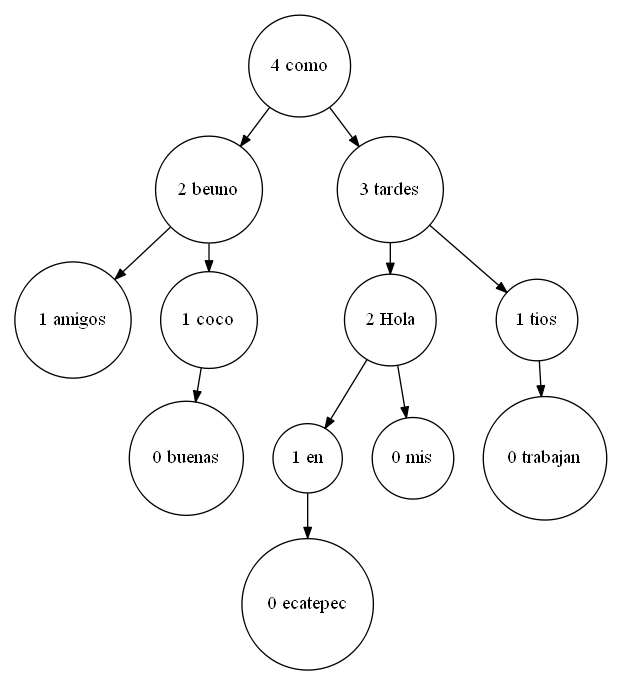
Earlier version of the Graphviz export Graphics/AVL.png (Guillermo-O-C/EDD_1S20200_PY2_201801366). Its source is kept beside it as TextFiles/AVL.dot. Source of this version:
```dot
digraph G {
 nodesep=0.3;
 ranksep=0.2;
    margin=0.1;
   node [shape=circle];
  edge [arrowsize=0.8];"como"[label="4 como"]"como" -> "beuno";
"beuno"[label="2 beuno"]"beuno" -> "amigos";
"amigos"[label="1 amigos"]"beuno" -> "coco";
"coco"[label="1 coco"]"coco" -> "buenas";
"buenas"[label="0 buenas"]"como" -> "tardes";
"tardes"[label="3 tardes"]"tardes" -> "Hola";
"Hola"[label="2 Hola"]"Hola" -> "en";
"en"[label="1 en"]"en" -> "ecatepec";
"ecatepec"[label="0 ecatepec"]"Hola" -> "mis";
"mis"[label="0 mis"]"tardes" -> "tios";
"tios"[label="1 tios"]"tios" -> "trabajan";
"trabajan"[label="0 trabajan"]}
```
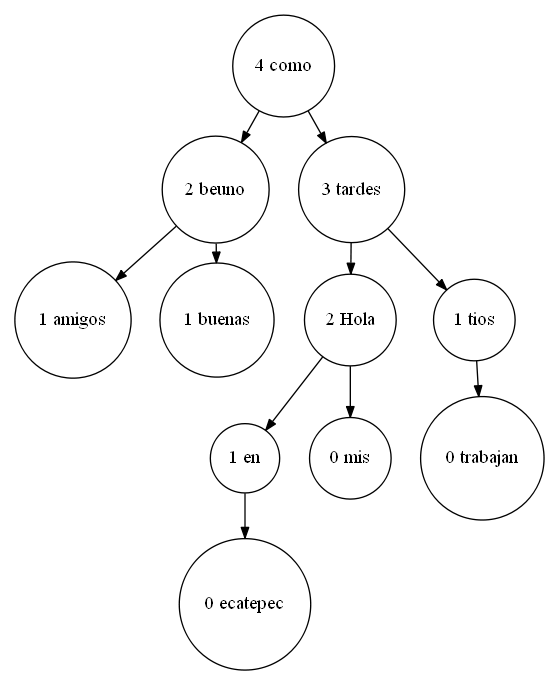
The same file after the commit.

Diff of the diagram source:
```diff
@@ -5,9 +5,8 @@
    node [shape=circle];
   edge [arrowsize=0.8];"como"[label="4 como"]"como" -> "beuno";
 "beuno"[label="2 beuno"]"beuno" -> "amigos";
-"amigos"[label="1 amigos"]"beuno" -> "coco";
-"coco"[label="1 coco"]"coco" -> "buenas";
-"buenas"[label="0 buenas"]"como" -> "tardes";
+"amigos"[label="1 amigos"]"beuno" -> "buenas";
+"buenas"[label="1 buenas"]"como" -> "tardes";
 "tardes"[label="3 tardes"]"tardes" -> "Hola";
 "Hola"[label="2 Hola"]"Hola" -> "en";
 "en"[label="1 en"]"en" -> "ecatepec";
```
